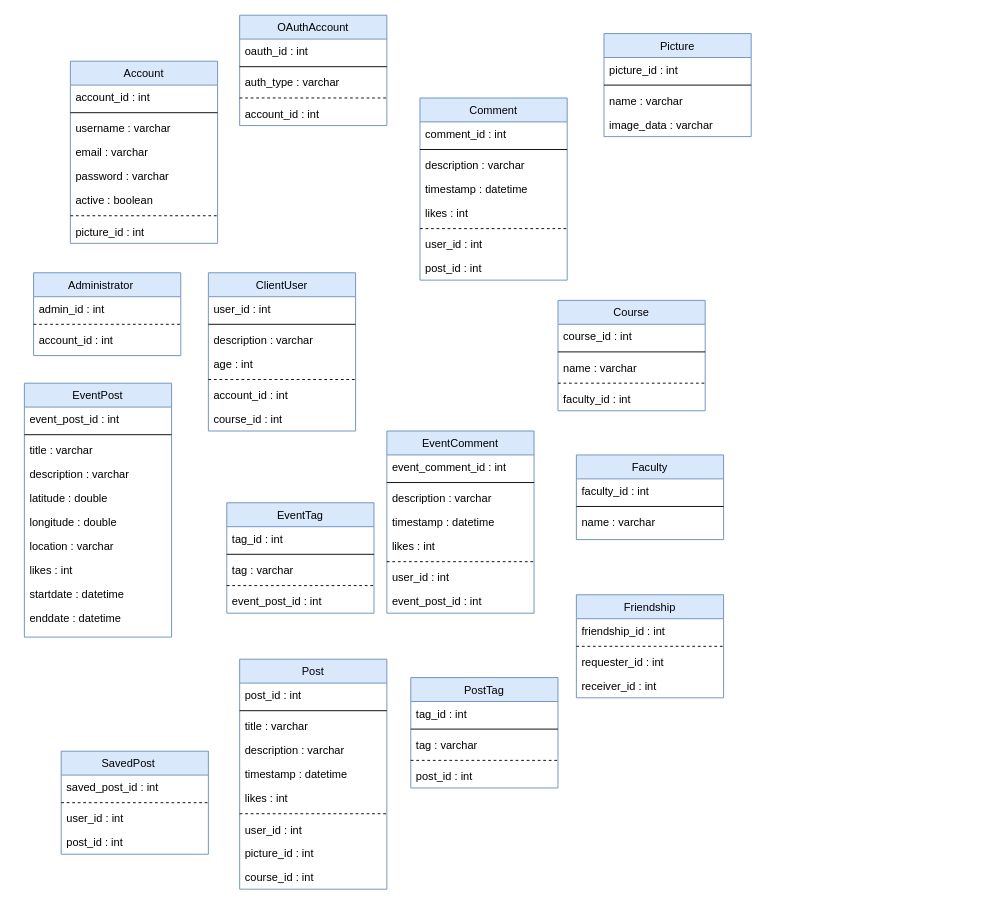
Earlier version of the draw.io diagram docs/diagrams/sources/RelationalDatabaseDesign.drawio (SE-TINF22B6/DHBWhub). Source tidied: cells renumbered, new cells numbered last; positions are measured from the earlier drawing's top-left corner, leaving out a move shared by most shapes. Both pictures are drawn from the tidied source at 92%, with x=0, y=0 at pixel (24, 15).
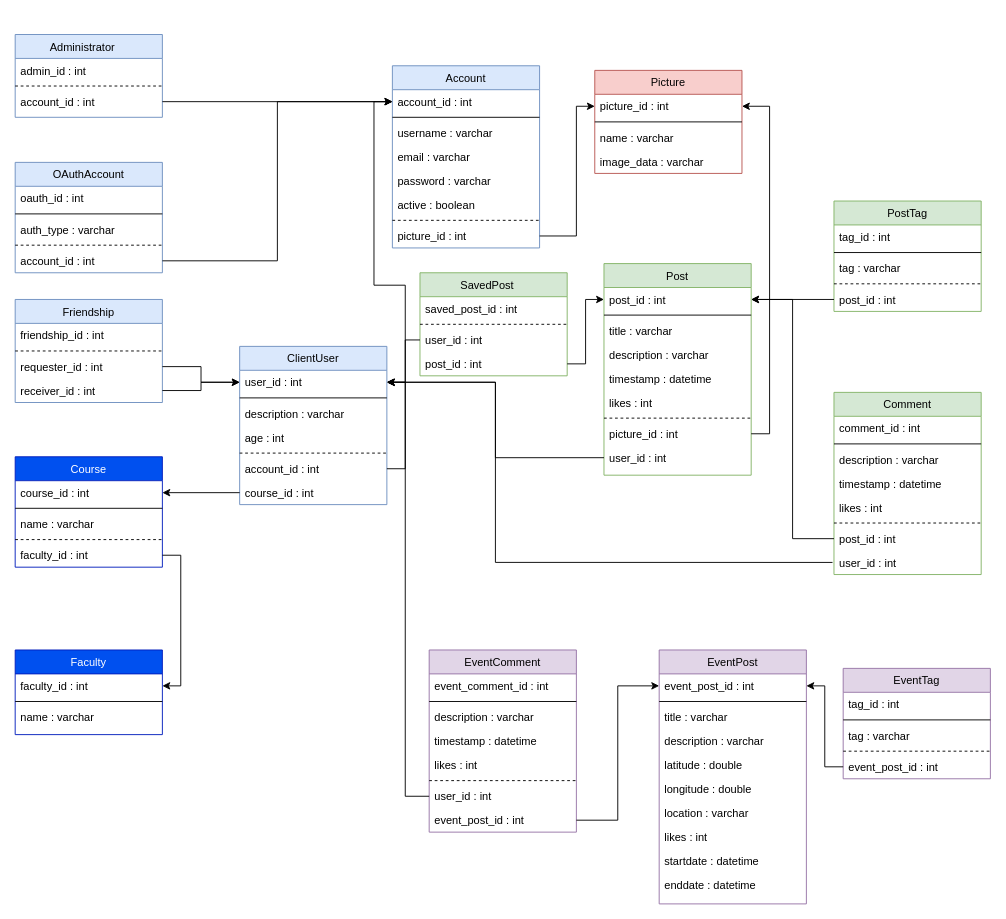
The same diagram, later.

The change refers to these unchanged cells:
```xml
<mxCell id="3" value="account_id : int" style="text;align=left;verticalAlign=top;spacingLeft=4;spacingRight=4;overflow=hidden;points=[[0,0.5],[1,0.5]];portConstraint=eastwest;" parent="2" vertex="1">
  <mxGeometry y="26" width="160" height="26" as="geometry" />
</mxCell>
<mxCell id="10" value="picture_id : int " style="text;align=left;verticalAlign=top;spacingLeft=4;spacingRight=4;overflow=hidden;points=[[0,0.5],[1,0.5]];portConstraint=eastwest;dashed=1;" parent="2" vertex="1">
  <mxGeometry y="172" width="160" height="26" as="geometry" />
</mxCell>
<mxCell id="14" value="account_id : int" style="text;align=left;verticalAlign=top;spacingLeft=4;spacingRight=4;overflow=hidden;points=[[0,0.5],[1,0.5]];portConstraint=eastwest;rounded=0;shadow=0;html=0;" parent="11" vertex="1">
  <mxGeometry y="60" width="160" height="26" as="geometry" />
</mxCell>
<mxCell id="16" value="user_id : int" style="text;align=left;verticalAlign=top;spacingLeft=4;spacingRight=4;overflow=hidden;points=[[0,0.5],[1,0.5]];portConstraint=eastwest;" parent="15" vertex="1">
  <mxGeometry y="26" width="160" height="26" as="geometry" />
</mxCell>
<mxCell id="21" value="account_id : int" style="text;align=left;verticalAlign=top;spacingLeft=4;spacingRight=4;overflow=hidden;points=[[0,0.5],[1,0.5]];portConstraint=eastwest;rounded=0;shadow=0;html=0;" parent="15" vertex="1">
  <mxGeometry y="120" width="160" height="26" as="geometry" />
</mxCell>
<mxCell id="22" value="course_id : int" style="text;align=left;verticalAlign=top;spacingLeft=4;spacingRight=4;overflow=hidden;points=[[0,0.5],[1,0.5]];portConstraint=eastwest;rounded=0;shadow=0;html=0;" parent="15" vertex="1">
  <mxGeometry y="146" width="160" height="26" as="geometry" />
</mxCell>
<mxCell id="33" value="course_id : int" style="text;align=left;verticalAlign=top;spacingLeft=4;spacingRight=4;overflow=hidden;points=[[0,0.5],[1,0.5]];portConstraint=eastwest;" parent="32" vertex="1">
  <mxGeometry y="26" width="160" height="26" as="geometry" />
</mxCell>
<mxCell id="37" value="faculty_id : int" style="text;align=left;verticalAlign=top;spacingLeft=4;spacingRight=4;overflow=hidden;points=[[0,0.5],[1,0.5]];portConstraint=eastwest;rounded=0;shadow=0;html=0;" parent="32" vertex="1">
  <mxGeometry y="94" width="160" height="26" as="geometry" />
</mxCell>
<mxCell id="45" value="user_id : int" style="text;align=left;verticalAlign=top;spacingLeft=4;spacingRight=4;overflow=hidden;points=[[0,0.5],[1,0.5]];portConstraint=eastwest;rounded=0;shadow=0;html=0;" parent="38" vertex="1">
  <mxGeometry y="146" width="160" height="26" as="geometry" />
</mxCell>
<mxCell id="46" value="event_post_id : int" style="text;align=left;verticalAlign=top;spacingLeft=4;spacingRight=4;overflow=hidden;points=[[0,0.5],[1,0.5]];portConstraint=eastwest;rounded=0;shadow=0;html=0;" parent="38" vertex="1">
  <mxGeometry y="172" width="160" height="26" as="geometry" />
</mxCell>
<mxCell id="48" value="event_post_id : int" style="text;align=left;verticalAlign=top;spacingLeft=4;spacingRight=4;overflow=hidden;points=[[0,0.5],[1,0.5]];portConstraint=eastwest;" parent="47" vertex="1">
  <mxGeometry y="26" width="160" height="26" as="geometry" />
</mxCell>
<mxCell id="63" value="event_post_id : int" style="text;align=left;verticalAlign=top;spacingLeft=4;spacingRight=4;overflow=hidden;points=[[0,0.5],[1,0.5]];portConstraint=eastwest;rounded=0;shadow=0;html=0;" parent="58" vertex="1">
  <mxGeometry y="94" width="160" height="26" as="geometry" />
</mxCell>
<mxCell id="65" value="faculty_id : int" style="text;align=left;verticalAlign=top;spacingLeft=4;spacingRight=4;overflow=hidden;points=[[0,0.5],[1,0.5]];portConstraint=eastwest;" parent="64" vertex="1">
  <mxGeometry y="26" width="160" height="26" as="geometry" />
</mxCell>
<mxCell id="71" value="requester_id : int" style="text;align=left;verticalAlign=top;spacingLeft=4;spacingRight=4;overflow=hidden;points=[[0,0.5],[1,0.5]];portConstraint=eastwest;rounded=0;shadow=0;html=0;" parent="68" vertex="1">
  <mxGeometry y="60" width="160" height="26" as="geometry" />
</mxCell>
<mxCell id="72" value="receiver_id : int" style="text;align=left;verticalAlign=top;spacingLeft=4;spacingRight=4;overflow=hidden;points=[[0,0.5],[1,0.5]];portConstraint=eastwest;rounded=0;shadow=0;html=0;" parent="68" vertex="1">
  <mxGeometry y="86" width="160" height="26" as="geometry" />
</mxCell>
<mxCell id="78" value="account_id : int" style="text;align=left;verticalAlign=top;spacingLeft=4;spacingRight=4;overflow=hidden;points=[[0,0.5],[1,0.5]];portConstraint=eastwest;rounded=0;shadow=0;html=0;" parent="73" vertex="1">
  <mxGeometry y="94" width="160" height="26" as="geometry" />
</mxCell>
<mxCell id="80" value="picture_id : int" style="text;align=left;verticalAlign=top;spacingLeft=4;spacingRight=4;overflow=hidden;points=[[0,0.5],[1,0.5]];portConstraint=eastwest;" parent="79" vertex="1">
  <mxGeometry y="26" width="160" height="26" as="geometry" />
</mxCell>
<mxCell id="85" value="post_id : int" style="text;align=left;verticalAlign=top;spacingLeft=4;spacingRight=4;overflow=hidden;points=[[0,0.5],[1,0.5]];portConstraint=eastwest;" parent="84" vertex="1">
  <mxGeometry y="26" width="160" height="26" as="geometry" />
</mxCell>
<mxCell id="100" value="post_id : int" style="text;align=left;verticalAlign=top;spacingLeft=4;spacingRight=4;overflow=hidden;points=[[0,0.5],[1,0.5]];portConstraint=eastwest;rounded=0;shadow=0;html=0;" parent="95" vertex="1">
  <mxGeometry y="94" width="160" height="26" as="geometry" />
</mxCell>
<mxCell id="104" value="user_id : int" style="text;align=left;verticalAlign=top;spacingLeft=4;spacingRight=4;overflow=hidden;points=[[0,0.5],[1,0.5]];portConstraint=eastwest;rounded=0;shadow=0;html=0;" parent="101" vertex="1">
  <mxGeometry y="60" width="160" height="26" as="geometry" />
</mxCell>
<mxCell id="105" value="post_id : int" style="text;align=left;verticalAlign=top;spacingLeft=4;spacingRight=4;overflow=hidden;points=[[0,0.5],[1,0.5]];portConstraint=eastwest;rounded=0;shadow=0;html=0;" parent="101" vertex="1">
  <mxGeometry y="86" width="160" height="26" as="geometry" />
</mxCell>
```

What changed in the source:
```diff
@@
     <mxCell id="2" value="Account" style="swimlane;fontStyle=0;align=center;verticalAlign=top;horizontal=1;startSize=26;rounded=0;shadow=0;strokeWidth=1;fillColor=#dae8fc;strokeColor=#6c8ebf;gradientColor=none;swimlaneFillColor=default;" parent="1" vertex="1">
-      <mxGeometry x="50" y="50" width="160" height="198" as="geometry" />
+      <mxGeometry x="400" y="55" width="160" height="198" as="geometry" />
     </mxCell>
@@
     <mxCell id="11" value="Administrator    " style="swimlane;fontStyle=0;align=center;verticalAlign=top;horizontal=1;startSize=26;rounded=0;shadow=0;strokeWidth=1;fillColor=#dae8fc;strokeColor=#6c8ebf;swimlaneFillColor=default;" parent="1" vertex="1">
-      <mxGeometry x="10" y="280" width="160" height="90" as="geometry" />
+      <mxGeometry x="-10" y="21" width="160" height="90" as="geometry" />
     </mxCell>
@@
     <mxCell id="15" value="ClientUser" style="swimlane;fontStyle=0;align=center;verticalAlign=top;horizontal=1;startSize=26;rounded=0;shadow=0;strokeWidth=1;fillColor=#dae8fc;strokeColor=#6c8ebf;swimlaneFillColor=default;" parent="1" vertex="1">
-      <mxGeometry x="200" y="280" width="160" height="172" as="geometry" />
+      <mxGeometry x="234" y="360" width="160" height="172" as="geometry" />
     </mxCell>
@@
-    <mxCell id="23" value="Comment" style="swimlane;fontStyle=0;align=center;verticalAlign=top;horizontal=1;startSize=26;rounded=0;shadow=0;strokeWidth=1;fillColor=#dae8fc;strokeColor=#6c8ebf;swimlaneFillColor=default;" parent="1" vertex="1">
-      <mxGeometry x="430" y="90" width="160" height="198" as="geometry" />
+    <mxCell id="23" value="Comment" style="swimlane;fontStyle=0;align=center;verticalAlign=top;horizontal=1;startSize=26;rounded=0;shadow=0;strokeWidth=1;fillColor=#d5e8d4;strokeColor=#82b366;swimlaneFillColor=default;" parent="1" vertex="1">
+      <mxGeometry x="880" y="410" width="160" height="198" as="geometry" />
     </mxCell>
@@
+    <mxCell id="31" value="post_id : int" style="text;align=left;verticalAlign=top;spacingLeft=4;spacingRight=4;overflow=hidden;points=[[0,0.5],[1,0.5]];portConstraint=eastwest;rounded=0;shadow=0;html=0;" parent="23" vertex="1">
+      <mxGeometry y="146" width="160" height="26" as="geometry" />
+    </mxCell>
     <mxCell id="30" value="user_id : int" style="text;align=left;verticalAlign=top;spacingLeft=4;spacingRight=4;overflow=hidden;points=[[0,0.5],[1,0.5]];portConstraint=eastwest;rounded=0;shadow=0;html=0;" parent="23" vertex="1">
-      <mxGeometry y="146" width="160" height="26" as="geometry" />
+      <mxGeometry y="172" width="160" height="26" as="geometry" />
     </mxCell>
-    <mxCell id="31" value="post_id : int" style="text;align=left;verticalAlign=top;spacingLeft=4;spacingRight=4;overflow=hidden;points=[[0,0.5],[1,0.5]];portConstraint=eastwest;rounded=0;shadow=0;html=0;" parent="23" vertex="1">
-      <mxGeometry y="172" width="160" height="26" as="geometry" />
-    </mxCell>
-    <mxCell id="32" value="Course" style="swimlane;fontStyle=0;align=center;verticalAlign=top;horizontal=1;startSize=26;rounded=0;shadow=0;strokeWidth=1;fillColor=#dae8fc;strokeColor=#6c8ebf;swimlaneFillColor=default;" parent="1" vertex="1">
-      <mxGeometry x="580" y="310" width="160" height="120" as="geometry" />
+    <mxCell id="32" value="Course" style="swimlane;fontStyle=0;align=center;verticalAlign=top;horizontal=1;startSize=26;rounded=0;shadow=0;strokeWidth=1;fillColor=#0050ef;strokeColor=#001DBC;swimlaneFillColor=default;fontColor=#ffffff;" parent="1" vertex="1">
+      <mxGeometry x="-10" y="480" width="160" height="120" as="geometry" />
     </mxCell>
@@
-    <mxCell id="38" value="EventComment" style="swimlane;fontStyle=0;align=center;verticalAlign=top;horizontal=1;startSize=26;rounded=0;shadow=0;strokeWidth=1;fillColor=#dae8fc;strokeColor=#6c8ebf;swimlaneFillColor=default;" parent="1" vertex="1">
-      <mxGeometry x="394" y="452" width="160" height="198" as="geometry" />
+    <mxCell id="38" value="EventComment" style="swimlane;fontStyle=0;align=center;verticalAlign=top;horizontal=1;startSize=26;rounded=0;shadow=0;strokeWidth=1;fillColor=#e1d5e7;strokeColor=#9673a6;swimlaneFillColor=default;" parent="1" vertex="1">
+      <mxGeometry x="440" y="690" width="160" height="198" as="geometry" />
     </mxCell>
@@
-    <mxCell id="47" value="EventPost" style="swimlane;fontStyle=0;align=center;verticalAlign=top;horizontal=1;startSize=26;rounded=0;shadow=0;strokeWidth=1;fillColor=#dae8fc;strokeColor=#6c8ebf;swimlaneFillColor=default;" parent="1" vertex="1">
-      <mxGeometry y="400" width="160" height="276" as="geometry" />
+    <mxCell id="47" value="EventPost" style="swimlane;fontStyle=0;align=center;verticalAlign=top;horizontal=1;startSize=26;rounded=0;shadow=0;strokeWidth=1;fillColor=#e1d5e7;strokeColor=#9673a6;swimlaneFillColor=default;" parent="1" vertex="1">
+      <mxGeometry x="690" y="690" width="160" height="276" as="geometry" />
     </mxCell>
@@
-    <mxCell id="58" value="EventTag" style="swimlane;fontStyle=0;align=center;verticalAlign=top;horizontal=1;startSize=26;rounded=0;shadow=0;strokeWidth=1;fillColor=#dae8fc;strokeColor=#6c8ebf;swimlaneFillColor=default;" parent="1" vertex="1">
-      <mxGeometry x="220" y="530" width="160" height="120" as="geometry" />
+    <mxCell id="58" value="EventTag" style="swimlane;fontStyle=0;align=center;verticalAlign=top;horizontal=1;startSize=26;rounded=0;shadow=0;strokeWidth=1;fillColor=#e1d5e7;strokeColor=#9673a6;swimlaneFillColor=default;" parent="1" vertex="1">
+      <mxGeometry x="890" y="710" width="160" height="120" as="geometry" />
     </mxCell>
@@
-    <mxCell id="64" value="Faculty" style="swimlane;fontStyle=0;align=center;verticalAlign=top;horizontal=1;startSize=26;rounded=0;shadow=0;strokeWidth=1;fillColor=#dae8fc;strokeColor=#6c8ebf;swimlaneFillColor=default;" parent="1" vertex="1">
-      <mxGeometry x="600" y="478" width="160" height="92" as="geometry" />
+    <mxCell id="64" value="Faculty" style="swimlane;fontStyle=0;align=center;verticalAlign=top;horizontal=1;startSize=26;rounded=0;shadow=0;strokeWidth=1;fillColor=#0050ef;strokeColor=#001DBC;swimlaneFillColor=default;fontColor=#ffffff;" parent="1" vertex="1">
+      <mxGeometry x="-10" y="690" width="160" height="92" as="geometry" />
     </mxCell>
@@
     <mxCell id="68" value="Friendship" style="swimlane;fontStyle=0;align=center;verticalAlign=top;horizontal=1;startSize=26;rounded=0;shadow=0;strokeWidth=1;fillColor=#dae8fc;strokeColor=#6c8ebf;swimlaneFillColor=default;" parent="1" vertex="1">
-      <mxGeometry x="600" y="630" width="160" height="112" as="geometry" />
+      <mxGeometry x="-10" y="309" width="160" height="112" as="geometry" />
     </mxCell>
@@
     <mxCell id="73" value="OAuthAccount" style="swimlane;fontStyle=0;align=center;verticalAlign=top;horizontal=1;startSize=26;rounded=0;shadow=0;strokeWidth=1;fillColor=#dae8fc;strokeColor=#6c8ebf;swimlaneFillColor=default;" parent="1" vertex="1">
-      <mxGeometry x="234" width="160" height="120" as="geometry" />
+      <mxGeometry x="-10" y="160" width="160" height="120" as="geometry" />
     </mxCell>
@@
-    <mxCell id="79" value="Picture" style="swimlane;fontStyle=0;align=center;verticalAlign=top;horizontal=1;startSize=26;rounded=0;shadow=0;strokeWidth=1;fillColor=#dae8fc;strokeColor=#6c8ebf;swimlaneFillColor=default;" parent="1" vertex="1">
-      <mxGeometry x="630" y="20" width="160" height="112" as="geometry" />
+    <mxCell id="79" value="Picture" style="swimlane;fontStyle=0;align=center;verticalAlign=top;horizontal=1;startSize=26;rounded=0;shadow=0;strokeWidth=1;fillColor=#f8cecc;strokeColor=#b85450;swimlaneFillColor=default;" parent="1" vertex="1">
+      <mxGeometry x="620" y="60" width="160" height="112" as="geometry" />
     </mxCell>
@@
-    <mxCell id="84" value="Post" style="swimlane;fontStyle=0;align=center;verticalAlign=top;horizontal=1;startSize=26;rounded=0;shadow=0;strokeWidth=1;fillColor=#dae8fc;strokeColor=#6c8ebf;swimlaneFillColor=default;" parent="1" vertex="1">
-      <mxGeometry x="234" y="700" width="160" height="250" as="geometry" />
+    <mxCell id="84" value="Post" style="swimlane;fontStyle=0;align=center;verticalAlign=top;horizontal=1;startSize=26;rounded=0;shadow=0;strokeWidth=1;fillColor=#d5e8d4;strokeColor=#82b366;swimlaneFillColor=default;" parent="1" vertex="1">
+      <mxGeometry x="630" y="270" width="160" height="230" as="geometry" />
     </mxCell>
@@
+    <mxCell id="93" value="picture_id : int" style="text;align=left;verticalAlign=top;spacingLeft=4;spacingRight=4;overflow=hidden;points=[[0,0.5],[1,0.5]];portConstraint=eastwest;rounded=0;shadow=0;html=0;" parent="84" vertex="1">
+      <mxGeometry y="172" width="160" height="26" as="geometry" />
+    </mxCell>
     <mxCell id="92" value="user_id : int" style="text;align=left;verticalAlign=top;spacingLeft=4;spacingRight=4;overflow=hidden;points=[[0,0.5],[1,0.5]];portConstraint=eastwest;rounded=0;shadow=0;html=0;" parent="84" vertex="1">
-      <mxGeometry y="172" width="160" height="26" as="geometry" />
+      <mxGeometry y="198" width="160" height="26" as="geometry" />
     </mxCell>
-    <mxCell id="93" value="picture_id : int" style="text;align=left;verticalAlign=top;spacingLeft=4;spacingRight=4;overflow=hidden;points=[[0,0.5],[1,0.5]];portConstraint=eastwest;rounded=0;shadow=0;html=0;" parent="84" vertex="1">
-      <mxGeometry y="198" width="160" height="26" as="geometry" />
-    </mxCell>
-    <mxCell id="94" value="course_id : int" style="text;align=left;verticalAlign=top;spacingLeft=4;spacingRight=4;overflow=hidden;rounded=0;shadow=0;html=0;" parent="84" vertex="1">
-      <mxGeometry y="224" width="160" height="26" as="geometry" />
-    </mxCell>
-    <mxCell id="95" value="PostTag" style="swimlane;fontStyle=0;align=center;verticalAlign=top;horizontal=1;startSize=26;rounded=0;shadow=0;strokeWidth=1;fillColor=#dae8fc;strokeColor=#6c8ebf;swimlaneFillColor=default;" parent="1" vertex="1">
-      <mxGeometry x="420" y="720" width="160" height="120" as="geometry" />
+    <mxCell id="95" value="PostTag" style="swimlane;fontStyle=0;align=center;verticalAlign=top;horizontal=1;startSize=26;rounded=0;shadow=0;strokeWidth=1;fillColor=#d5e8d4;strokeColor=#82b366;swimlaneFillColor=default;" parent="1" vertex="1">
+      <mxGeometry x="880" y="202" width="160" height="120" as="geometry" />
     </mxCell>
@@
-    <mxCell id="101" value="SavedPost    " style="swimlane;fontStyle=0;align=center;verticalAlign=top;horizontal=1;startSize=26;rounded=0;shadow=0;strokeWidth=1;fillColor=#dae8fc;strokeColor=#6c8ebf;swimlaneFillColor=default;" parent="1" vertex="1">
-      <mxGeometry x="40" y="800" width="160" height="112" as="geometry" />
+    <mxCell id="101" value="SavedPost    " style="swimlane;fontStyle=0;align=center;verticalAlign=top;horizontal=1;startSize=26;rounded=0;shadow=0;strokeWidth=1;fillColor=#d5e8d4;strokeColor=#82b366;swimlaneFillColor=default;" parent="1" vertex="1">
+      <mxGeometry x="430" y="280" width="160" height="112" as="geometry" />
     </mxCell>
@@
+    <mxCell id="106" style="edgeStyle=orthogonalEdgeStyle;rounded=0;jettySize=auto;html=1;exitX=1;exitY=0.5;exitDx=0;exitDy=0;" parent="1" edge="1" source="14" target="3">
+      <mxGeometry relative="1" as="geometry" />
+    </mxCell>
+    <mxCell id="107" style="edgeStyle=orthogonalEdgeStyle;rounded=0;jettySize=auto;html=1;exitX=1;exitY=0.5;exitDx=0;exitDy=0;" parent="1" edge="1" source="10" target="80">
+      <mxGeometry relative="1" as="geometry">
+        <Array as="points">
+          <mxPoint x="600" y="240" />
+          <mxPoint x="600" y="99" />
+        </Array>
+      </mxGeometry>
+    </mxCell>
+    <mxCell id="108" style="edgeStyle=orthogonalEdgeStyle;rounded=0;jettySize=auto;html=1;" parent="1" edge="1" source="21" target="3">
+      <mxGeometry relative="1" as="geometry" />
+    </mxCell>
+    <mxCell id="109" style="edgeStyle=orthogonalEdgeStyle;rounded=0;jettySize=auto;html=1;exitX=1;exitY=0.5;exitDx=0;exitDy=0;" parent="1" edge="1" source="71" target="16">
+      <mxGeometry relative="1" as="geometry" />
+    </mxCell>
+    <mxCell id="110" style="edgeStyle=orthogonalEdgeStyle;rounded=0;jettySize=auto;html=1;exitX=1;exitY=0.5;exitDx=0;exitDy=0;" parent="1" edge="1" source="72" target="16">
+      <mxGeometry relative="1" as="geometry" />
+    </mxCell>
+    <mxCell id="111" style="edgeStyle=orthogonalEdgeStyle;rounded=0;jettySize=auto;html=1;exitX=0;exitY=0.5;exitDx=0;exitDy=0;entryX=1;entryY=0.5;entryDx=0;entryDy=0;" parent="1" edge="1" source="92" target="16">
+      <mxGeometry relative="1" as="geometry" />
+    </mxCell>
+    <mxCell id="112" style="edgeStyle=orthogonalEdgeStyle;rounded=0;jettySize=auto;html=1;exitX=0;exitY=0.5;exitDx=0;exitDy=0;" parent="1" edge="1" source="100" target="85">
+      <mxGeometry relative="1" as="geometry" />
+    </mxCell>
+    <mxCell id="113" style="edgeStyle=orthogonalEdgeStyle;rounded=0;jettySize=auto;html=1;exitX=0;exitY=0.5;exitDx=0;exitDy=0;entryX=1;entryY=0.5;entryDx=0;entryDy=0;" parent="1" edge="1" source="22" target="33">
+      <mxGeometry relative="1" as="geometry" />
+    </mxCell>
+    <mxCell id="114" style="edgeStyle=orthogonalEdgeStyle;rounded=0;jettySize=auto;html=1;exitX=1;exitY=0.5;exitDx=0;exitDy=0;" parent="1" edge="1" source="37" target="65">
+      <mxGeometry relative="1" as="geometry" />
+    </mxCell>
+    <mxCell id="115" style="edgeStyle=orthogonalEdgeStyle;rounded=0;jettySize=auto;html=1;exitX=0;exitY=0.5;exitDx=0;exitDy=0;" parent="1" edge="1" source="31" target="85">
+      <mxGeometry relative="1" as="geometry" />
+    </mxCell>
+    <mxCell id="116" style="edgeStyle=orthogonalEdgeStyle;rounded=0;jettySize=auto;html=1;exitX=1;exitY=0.5;exitDx=0;exitDy=0;" parent="1" edge="1" source="105" target="85">
+      <mxGeometry relative="1" as="geometry" />
+    </mxCell>
+    <mxCell id="117" style="edgeStyle=orthogonalEdgeStyle;rounded=0;jettySize=auto;html=1;" parent="1" edge="1" source="45" target="16">
+      <mxGeometry relative="1" as="geometry">
+        <Array as="points">
+          <mxPoint x="414" y="849" />
+          <mxPoint x="414" y="399" />
+        </Array>
+      </mxGeometry>
+    </mxCell>
+    <mxCell id="118" style="edgeStyle=orthogonalEdgeStyle;rounded=0;jettySize=auto;html=1;exitX=1;exitY=0.5;exitDx=0;exitDy=0;" parent="1" edge="1" source="93" target="80">
+      <mxGeometry relative="1" as="geometry" />
+    </mxCell>
+    <mxCell id="119" style="edgeStyle=orthogonalEdgeStyle;rounded=0;jettySize=auto;html=1;exitX=1;exitY=0.5;exitDx=0;exitDy=0;" parent="1" edge="1" source="46" target="48">
+      <mxGeometry relative="1" as="geometry" />
+    </mxCell>
+    <mxCell id="120" style="edgeStyle=orthogonalEdgeStyle;rounded=0;jettySize=auto;html=1;exitX=0;exitY=0.5;exitDx=0;exitDy=0;" parent="1" edge="1" source="63" target="48">
+      <mxGeometry relative="1" as="geometry" />
+    </mxCell>
+    <mxCell id="121" style="edgeStyle=orthogonalEdgeStyle;rounded=0;jettySize=auto;html=1;exitX=0;exitY=0.5;exitDx=0;exitDy=0;" parent="1" edge="1" source="104" target="16">
+      <mxGeometry relative="1" as="geometry">
+        <Array as="points">
+          <mxPoint x="414" y="353" />
+          <mxPoint x="414" y="399" />
+        </Array>
+      </mxGeometry>
+    </mxCell>
+    <mxCell id="122" style="edgeStyle=orthogonalEdgeStyle;rounded=0;jettySize=auto;html=1;exitX=-0.01;exitY=0.494;exitDx=0;exitDy=0;exitPerimeter=0;" parent="1" edge="1" source="30" target="16">
+      <mxGeometry relative="1" as="geometry">
+        <Array as="points">
+          <mxPoint x="512" y="595" />
+          <mxPoint x="512" y="399" />
+        </Array>
+      </mxGeometry>
+    </mxCell>
+    <mxCell id="123" style="edgeStyle=orthogonalEdgeStyle;rounded=0;jettySize=auto;html=1;exitX=1;exitY=0.5;exitDx=0;exitDy=0;" parent="1" edge="1" source="78" target="3">
+      <mxGeometry relative="1" as="geometry" />
+    </mxCell>
```
